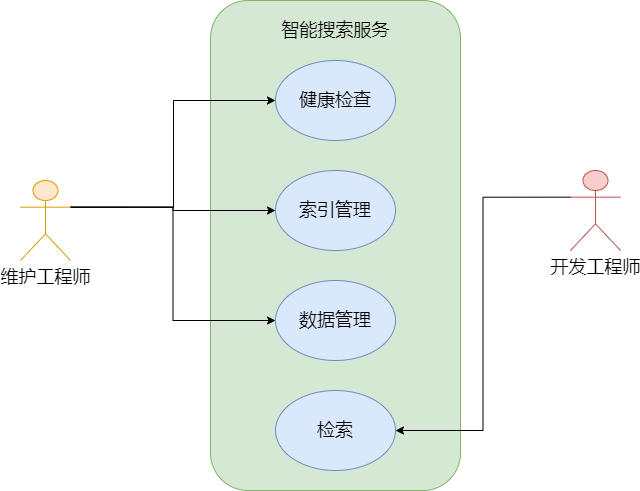
Above: .settings/未命名绘图.drawio.png in zjcDM/MRMD (draw.io), before the change. Source tidied: cells renumbered, new cells last; positions are measured from the earlier drawing's top-left corner, leaving out a move shared by most shapes.
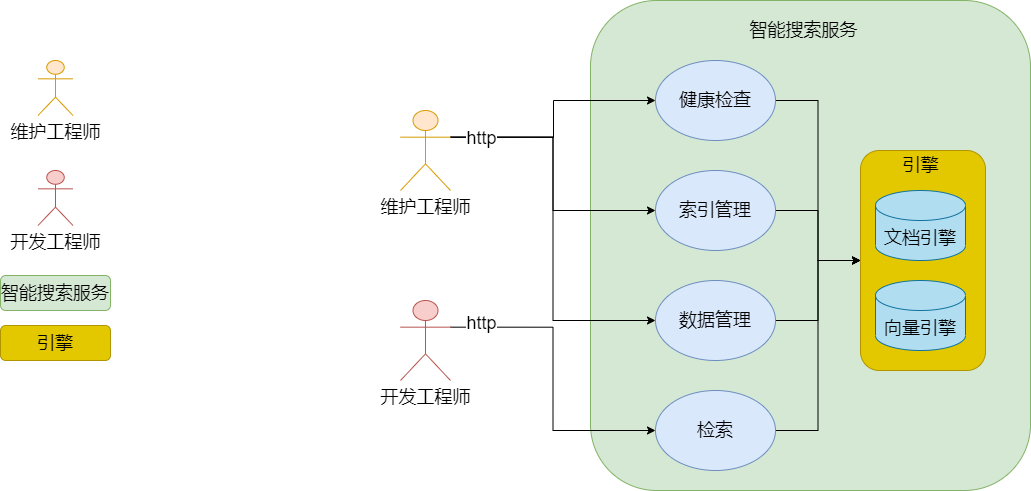
After the commit.

Commit message:
智能搜索用例图.drawio.png

What changed in the source:
```diff
@@ -3,12 +3,12 @@
     <mxCell id="0" />
     <mxCell id="1" parent="0" />
     <mxCell id="2" style="rounded=1;whiteSpace=wrap;html=1;fillColor=#d5e8d4;strokeColor=#82b366;" parent="1" vertex="1">
-      <mxGeometry x="190" width="250" height="490" as="geometry" />
+      <mxGeometry x="190" width="440" height="490" as="geometry" />
     </mxCell>
     <mxCell id="3" style="edgeStyle=orthogonalEdgeStyle;rounded=0;jettySize=auto;html=1;entryX=0;entryY=0.5;entryDx=0;entryDy=0;fontSize=18;exitX=1;exitY=0.3333333333333333;exitDx=0;exitDy=0;exitPerimeter=0;" parent="1" edge="1" source="6" target="7">
       <mxGeometry relative="1" as="geometry">
         <Array as="points">
-          <mxPoint x="153" y="207" />
+          <mxPoint x="153" y="137" />
           <mxPoint x="153" y="100" />
         </Array>
       </mxGeometry>
@@ -19,29 +19,73 @@
     <mxCell id="5" style="edgeStyle=orthogonalEdgeStyle;rounded=0;jettySize=auto;html=1;exitX=1;exitY=0.3333333333333333;exitDx=0;exitDy=0;exitPerimeter=0;entryX=0;entryY=0.5;entryDx=0;entryDy=0;fontSize=18;" parent="1" edge="1" source="6" target="8">
       <mxGeometry relative="1" as="geometry" />
     </mxCell>
+    <mxCell id="14" value="http" style="edgeLabel;html=1;align=center;verticalAlign=middle;fontSize=18;" parent="5" vertex="1">
+      <mxGeometry x="-0.84" y="-1" relative="1" as="geometry" />
+    </mxCell>
     <mxCell id="6" value="&lt;font style=&quot;font-size: 18px&quot;&gt;维护工程师&lt;/font&gt;" style="shape=umlActor;verticalLabelPosition=bottom;verticalAlign=top;html=1;outlineConnect=0;fillColor=#ffe6cc;strokeColor=#d79b00;" parent="1" vertex="1">
-      <mxGeometry y="180" width="50" height="80" as="geometry" />
+      <mxGeometry y="110" width="50" height="80" as="geometry" />
     </mxCell>
+    <mxCell id="15" style="edgeStyle=orthogonalEdgeStyle;rounded=0;jettySize=auto;html=1;exitX=1;exitY=0.5;exitDx=0;exitDy=0;entryX=0;entryY=0.5;entryDx=0;entryDy=0;fontSize=18;" parent="1" edge="1" source="7" target="23">
+      <mxGeometry relative="1" as="geometry" />
+    </mxCell>
     <mxCell id="7" value="&lt;font style=&quot;font-size: 18px&quot;&gt;健康检查&lt;/font&gt;" style="ellipse;whiteSpace=wrap;html=1;fillColor=#dae8fc;strokeColor=#6c8ebf;" parent="1" vertex="1">
       <mxGeometry x="255" y="60" width="120" height="80" as="geometry" />
     </mxCell>
+    <mxCell id="16" style="edgeStyle=orthogonalEdgeStyle;rounded=0;jettySize=auto;html=1;exitX=1;exitY=0.5;exitDx=0;exitDy=0;entryX=0;entryY=0.5;entryDx=0;entryDy=0;fontSize=18;" parent="1" edge="1" source="8" target="23">
+      <mxGeometry relative="1" as="geometry" />
+    </mxCell>
     <mxCell id="8" value="&lt;font style=&quot;font-size: 18px&quot;&gt;数据管理&lt;/font&gt;" style="ellipse;whiteSpace=wrap;html=1;fillColor=#dae8fc;strokeColor=#6c8ebf;" parent="1" vertex="1">
       <mxGeometry x="255" y="280" width="120" height="80" as="geometry" />
     </mxCell>
+    <mxCell id="17" style="edgeStyle=orthogonalEdgeStyle;rounded=0;jettySize=auto;html=1;exitX=1;exitY=0.5;exitDx=0;exitDy=0;fontSize=18;" parent="1" edge="1" source="9" target="23">
+      <mxGeometry relative="1" as="geometry" />
+    </mxCell>
     <mxCell id="9" value="&lt;font style=&quot;font-size: 18px&quot;&gt;索引管理&lt;/font&gt;" style="ellipse;whiteSpace=wrap;html=1;fillColor=#dae8fc;strokeColor=#6c8ebf;" parent="1" vertex="1">
       <mxGeometry x="255" y="170" width="120" height="80" as="geometry" />
     </mxCell>
+    <mxCell id="18" style="edgeStyle=orthogonalEdgeStyle;rounded=0;jettySize=auto;html=1;exitX=1;exitY=0.5;exitDx=0;exitDy=0;entryX=0;entryY=0.5;entryDx=0;entryDy=0;fontSize=18;" parent="1" edge="1" source="10" target="23">
+      <mxGeometry relative="1" as="geometry" />
+    </mxCell>
     <mxCell id="10" value="&lt;font style=&quot;font-size: 18px&quot;&gt;检索&lt;/font&gt;" style="ellipse;whiteSpace=wrap;html=1;fillColor=#dae8fc;strokeColor=#6c8ebf;" parent="1" vertex="1">
       <mxGeometry x="255" y="390" width="120" height="80" as="geometry" />
     </mxCell>
     <mxCell id="11" value="&lt;font style=&quot;font-size: 18px&quot;&gt;智能搜索服务&lt;/font&gt;" style="text;html=1;align=center;verticalAlign=middle;strokeColor=none;fillColor=none;" parent="1" vertex="1">
-      <mxGeometry x="255" y="20" width="120" height="20" as="geometry" />
+      <mxGeometry x="343" y="20" width="120" height="20" as="geometry" />
     </mxCell>
-    <mxCell id="12" style="edgeStyle=orthogonalEdgeStyle;rounded=0;jettySize=auto;html=1;exitX=0;exitY=0.3333333333333333;exitDx=0;exitDy=0;exitPerimeter=0;entryX=1;entryY=0.5;entryDx=0;entryDy=0;fontSize=18;" parent="1" edge="1" source="13" target="10">
+    <mxCell id="12" style="edgeStyle=orthogonalEdgeStyle;rounded=0;jettySize=auto;html=1;exitX=1;exitY=0.3333333333333333;exitDx=0;exitDy=0;exitPerimeter=0;entryX=0;entryY=0.5;entryDx=0;entryDy=0;fontSize=18;" parent="1" edge="1" source="13" target="10">
       <mxGeometry relative="1" as="geometry" />
     </mxCell>
+    <mxCell id="19" value="http" style="edgeLabel;html=1;align=center;verticalAlign=middle;fontSize=18;" parent="12" vertex="1">
+      <mxGeometry x="-0.83" y="2" relative="1" as="geometry">
+        <mxPoint x="4" y="-2" as="offset" />
+      </mxGeometry>
+    </mxCell>
     <mxCell id="13" value="&lt;font style=&quot;font-size: 18px&quot;&gt;开发工程师&lt;/font&gt;" style="shape=umlActor;verticalLabelPosition=bottom;verticalAlign=top;html=1;outlineConnect=0;fillColor=#f8cecc;strokeColor=#b85450;" parent="1" vertex="1">
-      <mxGeometry x="550" y="170" width="50" height="80" as="geometry" />
+      <mxGeometry y="300" width="50" height="80" as="geometry" />
     </mxCell>
+    <mxCell id="20" value="&lt;font style=&quot;font-size: 18px&quot;&gt;维护工程师&lt;/font&gt;" style="shape=umlActor;verticalLabelPosition=bottom;verticalAlign=top;html=1;fillColor=#ffe6cc;strokeColor=#d79b00;" parent="1" vertex="1">
+      <mxGeometry x="-362.5" y="60" width="35" height="55" as="geometry" />
+    </mxCell>
+    <mxCell id="21" value="&lt;font style=&quot;font-size: 18px&quot;&gt;开发工程师&lt;/font&gt;" style="shape=umlActor;verticalLabelPosition=bottom;verticalAlign=top;html=1;fillColor=#f8cecc;strokeColor=#b85450;" parent="1" vertex="1">
+      <mxGeometry x="-362.5" y="170" width="35" height="55" as="geometry" />
+    </mxCell>
+    <mxCell id="22" value="&lt;font style=&quot;font-size: 18px&quot;&gt;智能搜索服务&lt;/font&gt;" style="rounded=1;whiteSpace=wrap;html=1;fillColor=#d5e8d4;strokeColor=#82b366;" parent="1" vertex="1">
+      <mxGeometry x="-400" y="275" width="110" height="35" as="geometry" />
+    </mxCell>
+    <mxCell id="23" style="rounded=1;whiteSpace=wrap;html=1;fontSize=18;fillColor=#e3c800;fontColor=#000000;strokeColor=#B09500;" parent="1" vertex="1">
+      <mxGeometry x="460" y="150" width="125" height="220" as="geometry" />
+    </mxCell>
+    <mxCell id="24" value="文档引擎" style="shape=cylinder3;whiteSpace=wrap;html=1;boundedLbl=1;backgroundOutline=1;size=15;fontSize=18;fillColor=#b1ddf0;strokeColor=#10739e;" parent="1" vertex="1">
+      <mxGeometry x="475" y="190" width="90" height="70" as="geometry" />
+    </mxCell>
+    <mxCell id="25" value="向量引擎" style="shape=cylinder3;whiteSpace=wrap;html=1;boundedLbl=1;backgroundOutline=1;size=15;fontSize=18;fillColor=#b1ddf0;strokeColor=#10739e;" parent="1" vertex="1">
+      <mxGeometry x="475" y="280" width="90" height="70" as="geometry" />
+    </mxCell>
+    <mxCell id="26" value="引擎" style="text;html=1;align=center;verticalAlign=middle;strokeColor=none;fillColor=none;fontSize=18;" parent="1" vertex="1">
+      <mxGeometry x="495" y="150" width="50" height="30" as="geometry" />
+    </mxCell>
+    <mxCell id="27" value="引擎" style="rounded=1;whiteSpace=wrap;html=1;fontSize=18;fillColor=#e3c800;fontColor=#000000;strokeColor=#B09500;" parent="1" vertex="1">
+      <mxGeometry x="-400" y="325" width="110" height="35" as="geometry" />
+    </mxCell>
   </root>
 </mxGraphModel>
```
